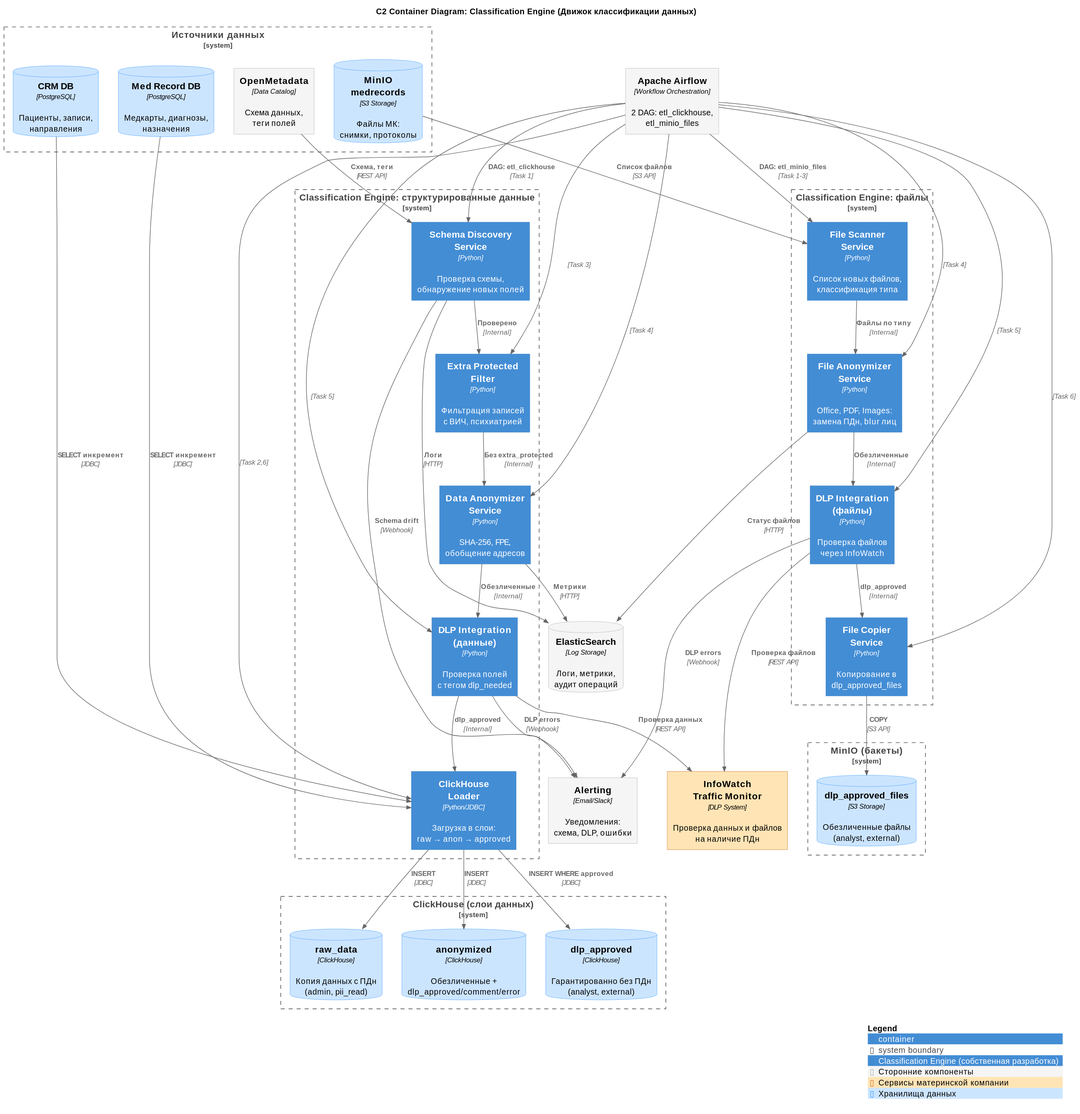
This is task_6_data_classification_engine/classification_engine_c2.svg from Felix-neko/architecture-medikamente, a PlantUML export, as it was before one commit. Its source is kept beside it as task_6_data_classification_engine/classification_engine_c2.puml. Source of this version:
```plantuml
@startuml classification_engine_c2
!include https://raw.githubusercontent.com/plantuml-stdlib/C4-PlantUML/master/C4_Container.puml

AddElementTag("engine", $bgColor="#438DD5", $borderColor="#3C7FC0", $fontColor="white", $legendText="Classification Engine (собственная разработка)")
AddElementTag("third-party", $bgColor="#f5f5f5", $borderColor="DarkGray", $fontColor="Black", $legendText="Сторонние компоненты")
AddElementTag("parent-company", $bgColor="#FFE4B5", $borderColor="#D2691E", $fontColor="Black", $legendText="Сервисы материнской компании")
AddElementTag("storage", $bgColor="#CCE5FF", $borderColor="#3399FF", $fontColor="Black", $legendText="Хранилища данных")

title C2 Container Diagram: Classification Engine (Движок классификации данных)

System_Boundary(sources, "Источники данных") {
    ContainerDb(postgres_crm, "CRM DB", "PostgreSQL", "Пациенты, записи,\nнаправления", $tags="storage")
    ContainerDb(postgres_med, "Med Record DB", "PostgreSQL", "Медкарты, диагнозы,\nназначения", $tags="storage")
    ContainerDb(minio_src, "MinIO\nmedrecords", "S3 Storage", "Файлы МК:\nснимки, протоколы", $tags="storage")
    Container(openmetadata, "OpenMetadata", "Data Catalog", "Схема данных,\nтеги полей", $tags="third-party")
}

System_Boundary(engine_db, "Classification Engine: структурированные данные") {
    Container(schema_discovery, "Schema Discovery\nService", "Python", "Проверка схемы,\nобнаружение новых полей", $tags="engine")
    Container(data_anonymizer, "Data Anonymizer\nService", "Python", "SHA-256, FPE,\nобобщение адресов", $tags="engine")
    Container(extra_filter, "Extra Protected\nFilter", "Python", "Фильтрация записей\nс ВИЧ, психиатрией", $tags="engine")
    Container(dlp_db, "DLP Integration\n(данные)", "Python", "Проверка полей\nс тегом dlp_needed", $tags="engine")
    Container(ch_loader, "ClickHouse\nLoader", "Python/JDBC", "Загрузка в слои:\nraw → anon → approved", $tags="engine")
}

System_Boundary(engine_files, "Classification Engine: файлы") {
    Container(file_scanner, "File Scanner\nService", "Python", "Список новых файлов,\nклассификация типа", $tags="engine")
    Container(file_anonymizer, "File Anonymizer\nService", "Python", "Office, PDF, Images:\nзамена ПДн, blur лиц", $tags="engine")
    Container(dlp_files, "DLP Integration\n(файлы)", "Python", "Проверка файлов\nчерез InfoWatch", $tags="engine")
    Container(file_copier, "File Copier\nService", "Python", "Копирование в\ndlp_approved_files", $tags="engine")
}

Container(airflow, "Apache Airflow", "Workflow Orchestration", "2 DAG: etl_clickhouse,\netl_minio_files", $tags="third-party")

System_Boundary(targets_ch, "ClickHouse (слои данных)") {
    ContainerDb(ch_raw, "raw_data", "ClickHouse", "Копия данных с ПДн\n(admin, pii_read)", $tags="storage")
    ContainerDb(ch_anon, "anonymized", "ClickHouse", "Обезличенные +\ndlp_approved/comment/error", $tags="storage")
    ContainerDb(ch_approved, "dlp_approved", "ClickHouse", "Гарантированно без ПДн\n(analyst, external)", $tags="storage")
}

System_Boundary(targets_minio, "MinIO (бакеты)") {
    ContainerDb(minio_approved, "dlp_approved_files", "S3 Storage", "Обезличенные файлы\n(analyst, external)", $tags="storage")
}

Container(infowatch, "InfoWatch\nTraffic Monitor", "DLP System", "Проверка данных и файлов\nна наличие ПДн", $tags="parent-company")

ContainerDb(elastic, "ElasticSearch", "Log Storage", "Логи, метрики,\nаудит операций", $tags="third-party")
Container(alerting, "Alerting", "Email/Slack", "Уведомления:\nсхема, DLP, ошибки", $tags="third-party")

Rel(airflow, schema_discovery, "DAG: etl_clickhouse", "Task 1")
Rel(airflow, extra_filter, "", "Task 3")
Rel(airflow, data_anonymizer, "", "Task 4")
Rel(airflow, dlp_db, "", "Task 5")
Rel(airflow, ch_loader, "", "Task 2,6")

Rel(postgres_crm, ch_loader, "SELECT инкремент", "JDBC")
Rel(postgres_med, ch_loader, "SELECT инкремент", "JDBC")
Rel(openmetadata, schema_discovery, "Схема, теги", "REST API")

Rel(schema_discovery, extra_filter, "Проверено", "Internal")
Rel(extra_filter, data_anonymizer, "Без extra_protected", "Internal")
Rel(data_anonymizer, dlp_db, "Обезличенные", "Internal")
Rel(dlp_db, ch_loader, "dlp_approved", "Internal")

Rel(ch_loader, ch_raw, "INSERT", "JDBC")
Rel(ch_loader, ch_anon, "INSERT", "JDBC")
Rel(ch_loader, ch_approved, "INSERT WHERE approved", "JDBC")

Rel(airflow, file_scanner, "DAG: etl_minio_files", "Task 1-3")
Rel(airflow, file_anonymizer, "", "Task 4")
Rel(airflow, dlp_files, "", "Task 5")
Rel(airflow, file_copier, "", "Task 6")

Rel(minio_src, file_scanner, "Список файлов", "S3 API")
Rel(file_scanner, file_anonymizer, "Файлы по типу", "Internal")
Rel(file_anonymizer, dlp_files, "Обезличенные", "Internal")
Rel(dlp_files, file_copier, "dlp_approved", "Internal")
Rel(file_copier, minio_approved, "COPY", "S3 API")

Rel(dlp_db, infowatch, "Проверка данных", "REST API")
Rel(dlp_files, infowatch, "Проверка файлов", "REST API")

Rel(schema_discovery, elastic, "Логи", "HTTP")
Rel(data_anonymizer, elastic, "Метрики", "HTTP")
Rel(file_anonymizer, elastic, "Статус файлов", "HTTP")

Rel(schema_discovery, alerting, "Schema drift", "Webhook")
Rel(dlp_db, alerting, "DLP errors", "Webhook")
Rel(dlp_files, alerting, "DLP errors", "Webhook")

SHOW_LEGEND()
@enduml
```
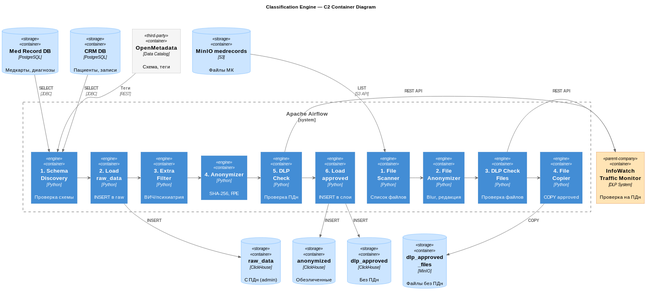
The same file after the commit.

Commit message:
Немножко поправили по классификации данных...

What changed in the source:
```diff
@@ -1,92 +1,79 @@
 @startuml classification_engine_c2
 !include https://raw.githubusercontent.com/plantuml-stdlib/C4-PlantUML/master/C4_Container.puml
 
-AddElementTag("engine", $bgColor="#438DD5", $borderColor="#3C7FC0", $fontColor="white", $legendText="Classification Engine (собственная разработка)")
-AddElementTag("third-party", $bgColor="#f5f5f5", $borderColor="DarkGray", $fontColor="Black", $legendText="Сторонние компоненты")
-AddElementTag("parent-company", $bgColor="#FFE4B5", $borderColor="#D2691E", $fontColor="Black", $legendText="Сервисы материнской компании")
-AddElementTag("storage", $bgColor="#CCE5FF", $borderColor="#3399FF", $fontColor="Black", $legendText="Хранилища данных")
+AddElementTag("engine", $bgColor="#438DD5", $borderColor="#3C7FC0", $fontColor="white")
+AddElementTag("third-party", $bgColor="#f5f5f5", $borderColor="DarkGray", $fontColor="Black")
+AddElementTag("parent-company", $bgColor="#FFE4B5", $borderColor="#D2691E", $fontColor="Black")
+AddElementTag("storage", $bgColor="#CCE5FF", $borderColor="#3399FF", $fontColor="Black")
 
-title C2 Container Diagram: Classification Engine (Движок классификации данных)
+title Classification Engine — C2 Container Diagram
 
-System_Boundary(sources, "Источники данных") {
-    ContainerDb(postgres_crm, "CRM DB", "PostgreSQL", "Пациенты, записи,\nнаправления", $tags="storage")
-    ContainerDb(postgres_med, "Med Record DB", "PostgreSQL", "Медкарты, диагнозы,\nназначения", $tags="storage")
-    ContainerDb(minio_src, "MinIO\nmedrecords", "S3 Storage", "Файлы МК:\nснимки, протоколы", $tags="storage")
-    Container(openmetadata, "OpenMetadata", "Data Catalog", "Схема данных,\nтеги полей", $tags="third-party")
+together {
+    ContainerDb(postgres_crm, "CRM DB", "PostgreSQL", "Пациенты, записи", $tags="storage")
+    ContainerDb(postgres_med, "Med Record DB", "PostgreSQL", "Медкарты, диагнозы", $tags="storage")
+    ContainerDb(minio_src, "MinIO medrecords", "S3", "Файлы МК", $tags="storage")
+    Container(openmetadata, "OpenMetadata", "Data Catalog", "Схема, теги", $tags="third-party")
 }
 
-System_Boundary(engine_db, "Classification Engine: структурированные данные") {
-    Container(schema_discovery, "Schema Discovery\nService", "Python", "Проверка схемы,\nобнаружение новых полей", $tags="engine")
-    Container(data_anonymizer, "Data Anonymizer\nService", "Python", "SHA-256, FPE,\nобобщение адресов", $tags="engine")
-    Container(extra_filter, "Extra Protected\nFilter", "Python", "Фильтрация записей\nс ВИЧ, психиатрией", $tags="engine")
-    Container(dlp_db, "DLP Integration\n(данные)", "Python", "Проверка полей\nс тегом dlp_needed", $tags="engine")
-    Container(ch_loader, "ClickHouse\nLoader", "Python/JDBC", "Загрузка в слои:\nraw → anon → approved", $tags="engine")
+postgres_crm -[hidden]r-> postgres_med
+postgres_med -[hidden]r-> minio_src
+minio_src -[hidden]r-> openmetadata
+
+System_Boundary(airflow_system, "Apache Airflow") {
+
+    together {
+        Container(schema_discovery, "1. Schema\nDiscovery", "Python", "Проверка схемы", $tags="engine")
+        Container(ch_loader_raw, "2. Load\nraw_data", "Python", "INSERT в raw", $tags="engine")
+        Container(extra_filter, "3. Extra\nFilter", "Python", "ВИЧ/психиатрия", $tags="engine")
+        Container(data_anonymizer, "4. Anonymizer", "Python", "SHA-256, FPE", $tags="engine")
+        Container(dlp_db, "5. DLP\nCheck", "Python", "Проверка ПДн", $tags="engine")
+        Container(ch_loader_approved, "6. Load\napproved", "Python", "INSERT в слои", $tags="engine")
+    }
+
+    together {
+        Container(file_scanner, "1. File\nScanner", "Python", "Список файлов", $tags="engine")
+        Container(file_anonymizer, "2. File\nAnonymizer", "Python", "Blur, редакция", $tags="engine")
+        Container(dlp_files, "3. DLP Check\nFiles", "Python", "Проверка файлов", $tags="engine")
+        Container(file_copier, "4. File\nCopier", "Python", "COPY approved", $tags="engine")
+    }
 }
 
-System_Boundary(engine_files, "Classification Engine: файлы") {
-    Container(file_scanner, "File Scanner\nService", "Python", "Список новых файлов,\nклассификация типа", $tags="engine")
-    Container(file_anonymizer, "File Anonymizer\nService", "Python", "Office, PDF, Images:\nзамена ПДн, blur лиц", $tags="engine")
-    Container(dlp_files, "DLP Integration\n(файлы)", "Python", "Проверка файлов\nчерез InfoWatch", $tags="engine")
-    Container(file_copier, "File Copier\nService", "Python", "Копирование в\ndlp_approved_files", $tags="engine")
+Container(infowatch, "InfoWatch\nTraffic Monitor", "DLP System", "Проверка на ПДн", $tags="parent-company")
+
+together {
+    ContainerDb(ch_raw, "raw_data", "ClickHouse", "С ПДн (admin)", $tags="storage")
+    ContainerDb(ch_anon, "anonymized", "ClickHouse", "Обезличенные", $tags="storage")
+    ContainerDb(ch_approved, "dlp_approved", "ClickHouse", "Без ПДн", $tags="storage")
+    ContainerDb(minio_approved, "dlp_approved\n_files", "MinIO", "Файлы без ПДн", $tags="storage")
 }
 
-Container(airflow, "Apache Airflow", "Workflow Orchestration", "2 DAG: etl_clickhouse,\netl_minio_files", $tags="third-party")
+ch_raw -[hidden]r-> ch_anon
+ch_anon -[hidden]r-> ch_approved
+ch_approved -[hidden]r-> minio_approved
 
-System_Boundary(targets_ch, "ClickHouse (слои данных)") {
-    ContainerDb(ch_raw, "raw_data", "ClickHouse", "Копия данных с ПДн\n(admin, pii_read)", $tags="storage")
-    ContainerDb(ch_anon, "anonymized", "ClickHouse", "Обезличенные +\ndlp_approved/comment/error", $tags="storage")
-    ContainerDb(ch_approved, "dlp_approved", "ClickHouse", "Гарантированно без ПДн\n(analyst, external)", $tags="storage")
-}
+schema_discovery -r-> ch_loader_raw : ""
+ch_loader_raw -r-> extra_filter : ""
+extra_filter -r-> data_anonymizer : ""
+data_anonymizer -r-> dlp_db : ""
+dlp_db -r-> ch_loader_approved : ""
 
-System_Boundary(targets_minio, "MinIO (бакеты)") {
-    ContainerDb(minio_approved, "dlp_approved_files", "S3 Storage", "Обезличенные файлы\n(analyst, external)", $tags="storage")
-}
+file_scanner -r-> file_anonymizer : ""
+file_anonymizer -r-> dlp_files : ""
+dlp_files -r-> file_copier : ""
 
-Container(infowatch, "InfoWatch\nTraffic Monitor", "DLP System", "Проверка данных и файлов\nна наличие ПДн", $tags="parent-company")
+Rel_D(postgres_crm, schema_discovery, "SELECT", "JDBC")
+Rel_D(postgres_med, schema_discovery, "SELECT", "JDBC")
+Rel_D(openmetadata, schema_discovery, "Теги", "REST")
 
-ContainerDb(elastic, "ElasticSearch", "Log Storage", "Логи, метрики,\nаудит операций", $tags="third-party")
-Container(alerting, "Alerting", "Email/Slack", "Уведомления:\nсхема, DLP, ошибки", $tags="third-party")
+Rel_D(minio_src, file_scanner, "LIST", "S3 API")
 
-Rel(airflow, schema_discovery, "DAG: etl_clickhouse", "Task 1")
-Rel(airflow, extra_filter, "", "Task 3")
-Rel(airflow, data_anonymizer, "", "Task 4")
-Rel(airflow, dlp_db, "", "Task 5")
-Rel(airflow, ch_loader, "", "Task 2,6")
+Rel_D(ch_loader_raw, ch_raw, "INSERT")
+Rel_D(ch_loader_approved, ch_anon, "INSERT")
+Rel_D(ch_loader_approved, ch_approved, "INSERT")
 
-Rel(postgres_crm, ch_loader, "SELECT инкремент", "JDBC")
-Rel(postgres_med, ch_loader, "SELECT инкремент", "JDBC")
-Rel(openmetadata, schema_discovery, "Схема, теги", "REST API")
+Rel_D(file_copier, minio_approved, "COPY")
 
-Rel(schema_discovery, extra_filter, "Проверено", "Internal")
-Rel(extra_filter, data_anonymizer, "Без extra_protected", "Internal")
-Rel(data_anonymizer, dlp_db, "Обезличенные", "Internal")
-Rel(dlp_db, ch_loader, "dlp_approved", "Internal")
+Rel_R(dlp_db, infowatch, "REST API")
+Rel_R(dlp_files, infowatch, "REST API")
 
-Rel(ch_loader, ch_raw, "INSERT", "JDBC")
-Rel(ch_loader, ch_anon, "INSERT", "JDBC")
-Rel(ch_loader, ch_approved, "INSERT WHERE approved", "JDBC")
-
-Rel(airflow, file_scanner, "DAG: etl_minio_files", "Task 1-3")
-Rel(airflow, file_anonymizer, "", "Task 4")
-Rel(airflow, dlp_files, "", "Task 5")
-Rel(airflow, file_copier, "", "Task 6")
-
-Rel(minio_src, file_scanner, "Список файлов", "S3 API")
-Rel(file_scanner, file_anonymizer, "Файлы по типу", "Internal")
-Rel(file_anonymizer, dlp_files, "Обезличенные", "Internal")
-Rel(dlp_files, file_copier, "dlp_approved", "Internal")
-Rel(file_copier, minio_approved, "COPY", "S3 API")
-
-Rel(dlp_db, infowatch, "Проверка данных", "REST API")
-Rel(dlp_files, infowatch, "Проверка файлов", "REST API")
-
-Rel(schema_discovery, elastic, "Логи", "HTTP")
-Rel(data_anonymizer, elastic, "Метрики", "HTTP")
-Rel(file_anonymizer, elastic, "Статус файлов", "HTTP")
-
-Rel(schema_discovery, alerting, "Schema drift", "Webhook")
-Rel(dlp_db, alerting, "DLP errors", "Webhook")
-Rel(dlp_files, alerting, "DLP errors", "Webhook")
-
-SHOW_LEGEND()
 @enduml
```
